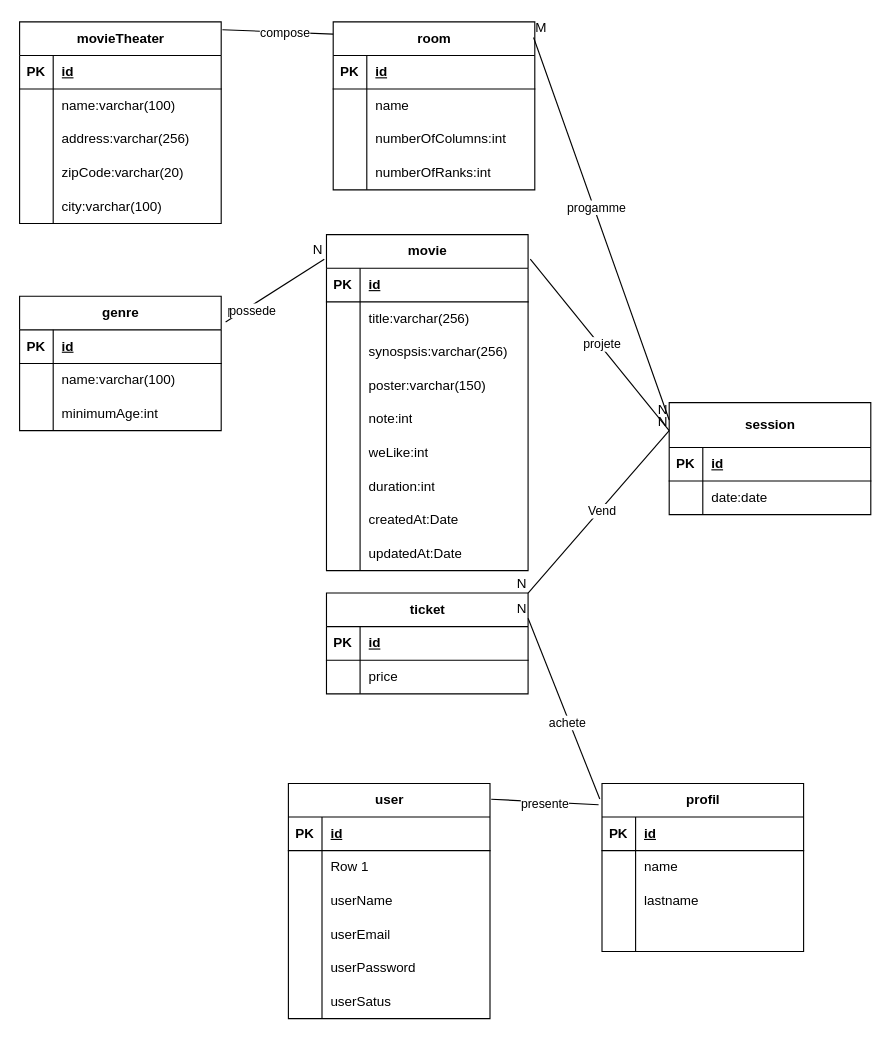
Above: cinephoriaECF/preparation/Diagramme sans nom.drawio in houckontape/cinephoriaService (draw.io), before the change. Source tidied: cells renumbered, new cells numbered last; positions are measured from the earlier drawing's top-left corner, leaving out a move shared by most shapes. Both pictures are drawn from the tidied source at 112%, with x=0, y=0 at pixel (19, 21).
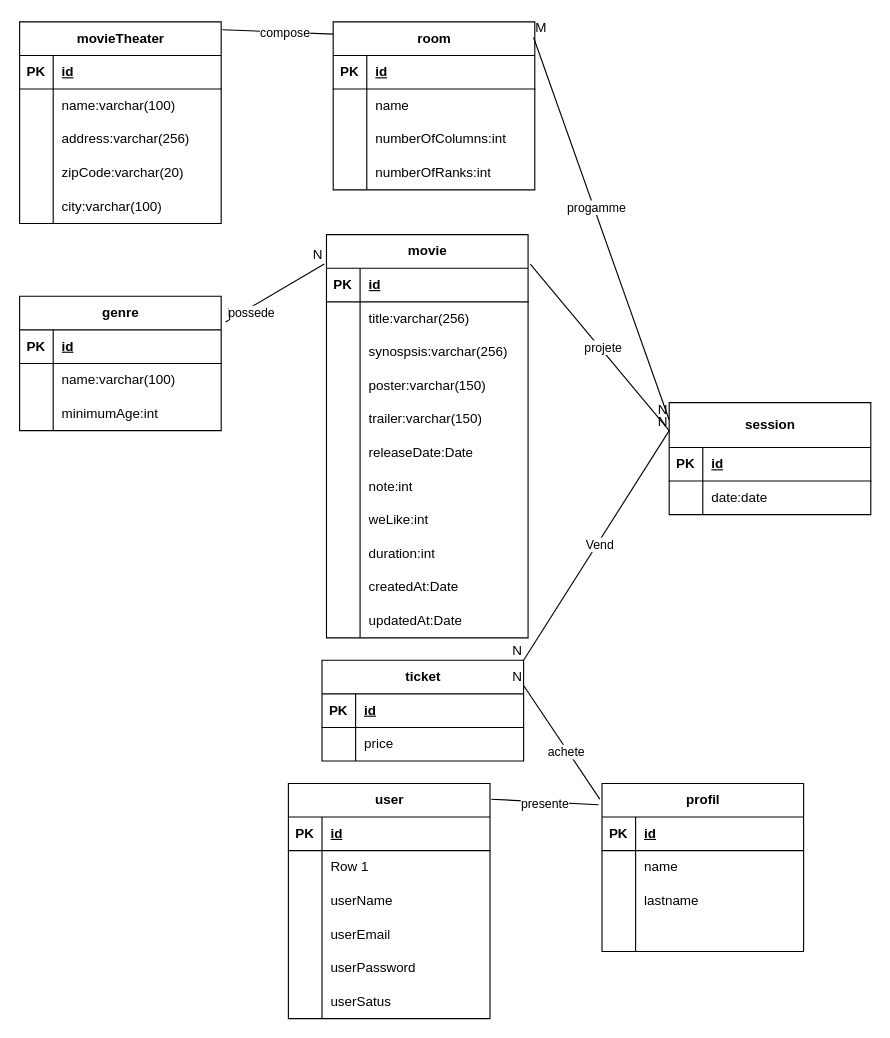
After the change.

Commit message:
Mettre à jour Diagramme sans nom.drawio

The edit, as a diff of the source:
```diff
@@
     <mxCell id="54" value="movie" style="shape=table;startSize=30;childLayout=tableLayout;rowLines=0;fontStyle=1;align=center;html=1;" parent="1" vertex="1">
-      <mxGeometry x="274" y="190" width="180" height="300" as="geometry" />
+      <mxGeometry x="274" y="190" width="180" height="360" as="geometry" />
     </mxCell>
@@
+    <mxCell id="136" style="shape=tableRow;horizontal=0;startSize=0;swimlaneHead=0;swimlaneBody=0;fillColor=none;top=0;left=0;right=0;bottom=0;" parent="54" vertex="1">
+      <mxGeometry y="150" width="180" height="30" as="geometry" />
+    </mxCell>
+    <mxCell id="137" style="shape=partialRectangle;fillColor=none;top=0;left=0;bottom=0;right=0;overflow=hidden;whiteSpace=wrap;html=1;" parent="136" vertex="1">
+      <mxGeometry width="30" height="30" as="geometry" />
+    </mxCell>
+    <mxCell id="138" value="trailer:varchar(150)" style="shape=partialRectangle;fillColor=none;top=0;left=0;bottom=0;right=0;align=left;spacingLeft=6;overflow=hidden;whiteSpace=wrap;html=1;" parent="136" vertex="1">
+      <mxGeometry x="30" width="150" height="30" as="geometry" />
+    </mxCell>
+    <mxCell id="139" style="shape=tableRow;horizontal=0;startSize=0;swimlaneHead=0;swimlaneBody=0;fillColor=none;top=0;left=0;right=0;bottom=0;" parent="54" vertex="1">
+      <mxGeometry y="180" width="180" height="30" as="geometry" />
+    </mxCell>
+    <mxCell id="140" style="shape=partialRectangle;fillColor=none;top=0;left=0;bottom=0;right=0;overflow=hidden;whiteSpace=wrap;html=1;" parent="139" vertex="1">
+      <mxGeometry width="30" height="30" as="geometry" />
+    </mxCell>
+    <mxCell id="141" value="releaseDate:Date" style="shape=partialRectangle;fillColor=none;top=0;left=0;bottom=0;right=0;align=left;spacingLeft=6;overflow=hidden;whiteSpace=wrap;html=1;" parent="139" vertex="1">
+      <mxGeometry x="30" width="150" height="30" as="geometry" />
+    </mxCell>
     <mxCell id="67" style="shape=tableRow;horizontal=0;startSize=0;swimlaneHead=0;swimlaneBody=0;fillColor=none;top=0;left=0;right=0;bottom=0;" parent="54" vertex="1">
-      <mxGeometry y="150" width="180" height="30" as="geometry" />
+      <mxGeometry y="210" width="180" height="30" as="geometry" />
     </mxCell>
@@
     <mxCell id="70" style="shape=tableRow;horizontal=0;startSize=0;swimlaneHead=0;swimlaneBody=0;fillColor=none;top=0;left=0;right=0;bottom=0;" parent="54" vertex="1">
-      <mxGeometry y="180" width="180" height="30" as="geometry" />
+      <mxGeometry y="240" width="180" height="30" as="geometry" />
     </mxCell>
@@
     <mxCell id="73" style="shape=tableRow;horizontal=0;startSize=0;swimlaneHead=0;swimlaneBody=0;fillColor=none;top=0;left=0;right=0;bottom=0;" parent="54" vertex="1">
-      <mxGeometry y="210" width="180" height="30" as="geometry" />
+      <mxGeometry y="270" width="180" height="30" as="geometry" />
     </mxCell>
@@
     <mxCell id="76" style="shape=tableRow;horizontal=0;startSize=0;swimlaneHead=0;swimlaneBody=0;fillColor=none;top=0;left=0;right=0;bottom=0;" parent="54" vertex="1">
-      <mxGeometry y="240" width="180" height="30" as="geometry" />
+      <mxGeometry y="300" width="180" height="30" as="geometry" />
     </mxCell>
@@
     <mxCell id="79" style="shape=tableRow;horizontal=0;startSize=0;swimlaneHead=0;swimlaneBody=0;fillColor=none;top=0;left=0;right=0;bottom=0;" parent="54" vertex="1">
-      <mxGeometry y="270" width="180" height="30" as="geometry" />
+      <mxGeometry y="330" width="180" height="30" as="geometry" />
     </mxCell>
@@
     <mxCell id="89" value="ticket" style="shape=table;startSize=30;childLayout=tableLayout;rowLines=0;fontStyle=1;align=center;html=1;" parent="1" vertex="1">
-      <mxGeometry x="274" y="510" width="180" height="90" as="geometry" />
+      <mxGeometry x="270" y="570" width="180" height="90" as="geometry" />
     </mxCell>
```
